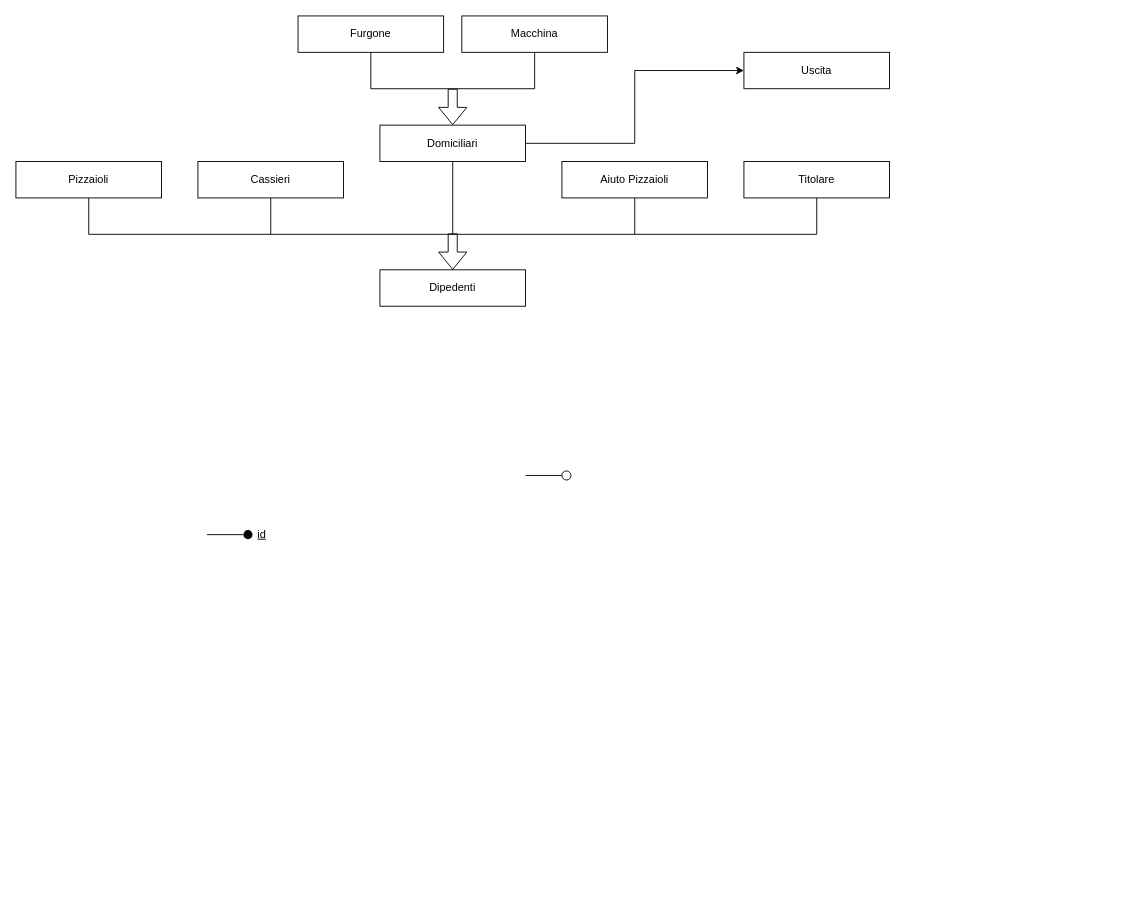
Earlier version of the draw.io diagram Draw/PaduPizzaER.drawio (NicholasPilotto/PaduPizza). Source tidied: cells renumbered, new cells numbered last; positions are measured from the earlier drawing's top-left corner, leaving out a move shared by most shapes. Both pictures are drawn from the tidied source at 91%, with x=0, y=0 at pixel (15, 15).
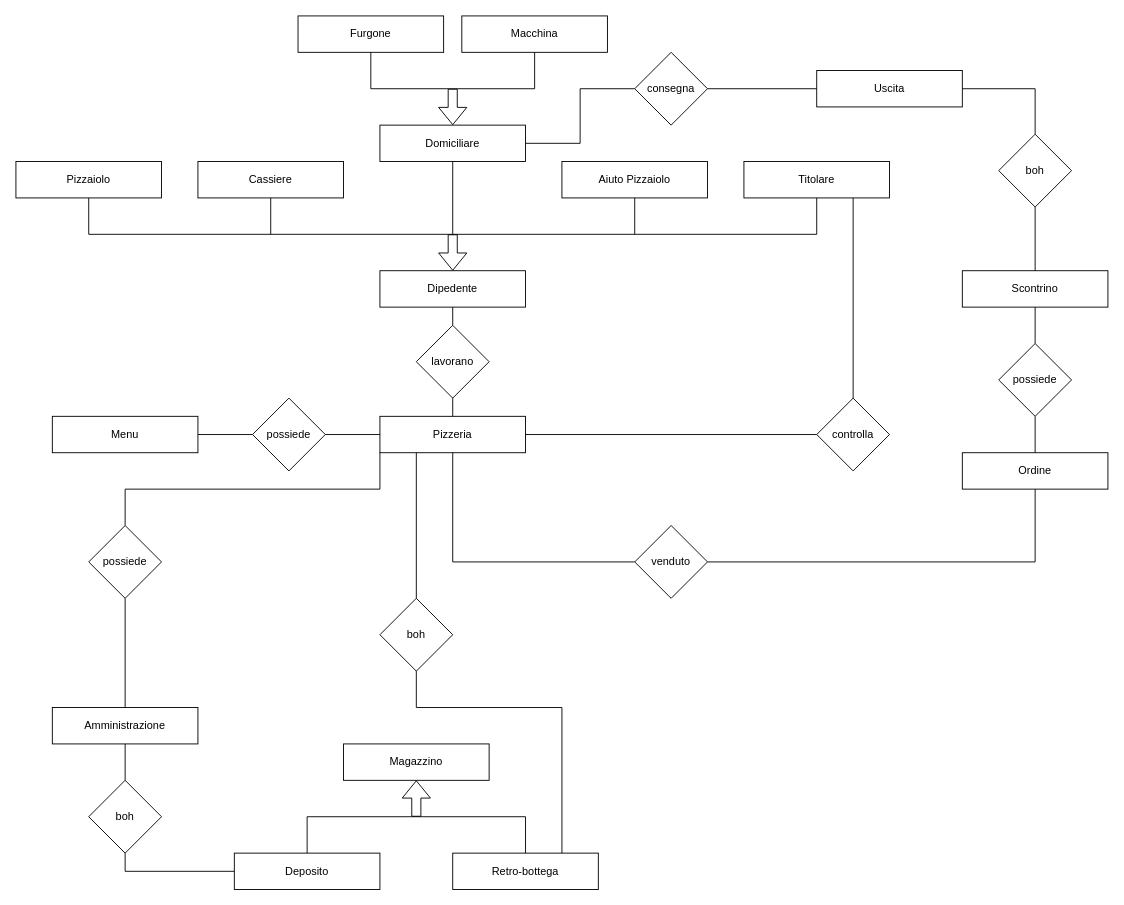
The same diagram, later.

Commit message:
Prima bozza schema ER

Unchanged cells that the change refers to:
```xml
<mxCell id="21" value="Titolare" style="whiteSpace=wrap;html=1;align=center;comic=0;noLabel=0;portConstraintRotation=0;rounded=0;glass=0;sketch=0;shadow=0;" parent="1" vertex="1">
  <mxGeometry x="800" y="160" width="160" height="40" as="geometry" />
</mxCell>
<mxCell id="23" value="Furgone" style="whiteSpace=wrap;html=1;align=center;comic=0;noLabel=0;portConstraintRotation=0;rounded=0;glass=0;sketch=0;shadow=0;" parent="1" vertex="1">
  <mxGeometry x="310" width="160" height="40" as="geometry" />
</mxCell>
<mxCell id="24" value="Macchina" style="whiteSpace=wrap;html=1;align=center;comic=0;noLabel=0;portConstraintRotation=0;rounded=0;glass=0;sketch=0;shadow=0;" parent="1" vertex="1">
  <mxGeometry x="490" width="160" height="40" as="geometry" />
</mxCell>
```

Diff of the diagram source:
```diff
@@
-    <mxCell id="2" style="group;" parent="1" vertex="1">
-      <mxGeometry x="210" y="565" width="50" height="10" as="geometry" />
-    </mxCell>
-    <mxCell id="3" style="ellipse;fillColor=#000000;strokeColor=none;rounded=0;shadow=0;glass=0;comic=0;sketch=0;" parent="2" vertex="1">
-      <mxGeometry x="40" width="10" height="10" as="geometry" />
-    </mxCell>
-    <mxCell id="4" style="line;strokeWidth=1;fillColor=none;align=left;verticalAlign=middle;spacingTop=-1;spacingLeft=3;spacingRight=3;labelPosition=right;rounded=0;shadow=0;glass=0;comic=0;sketch=0;" parent="2" vertex="1">
-      <mxGeometry y="1" width="40" height="8" as="geometry" />
-    </mxCell>
-    <mxCell id="5" style="group;" parent="1" vertex="1">
-      <mxGeometry x="560" y="500" width="50" height="10" as="geometry" />
-    </mxCell>
-    <mxCell id="6" style="ellipse;rounded=0;shadow=0;glass=0;comic=0;sketch=0;" parent="5" vertex="1">
-      <mxGeometry x="40" width="10" height="10" as="geometry" />
-    </mxCell>
-    <mxCell id="7" style="line;strokeWidth=1;fillColor=none;align=left;verticalAlign=middle;spacingTop=-1;spacingLeft=3;spacingRight=3;labelPosition=right;rounded=0;shadow=0;glass=0;comic=0;sketch=0;" parent="5" vertex="1">
-      <mxGeometry y="1" width="40" height="8" as="geometry" />
-    </mxCell>
-    <mxCell id="8" value="&lt;u&gt;id&lt;/u&gt;" style="text;html=1;align=center;verticalAlign=middle;" parent="1" vertex="1">
-      <mxGeometry x="260" y="560" width="20" height="20" as="geometry" />
-    </mxCell>
-    <mxCell id="9" value="Dipedenti" style="whiteSpace=wrap;html=1;align=center;comic=0;noLabel=0;portConstraintRotation=0;rounded=0;glass=0;sketch=0;shadow=0;" parent="1" vertex="1">
-      <mxGeometry x="400" y="279" width="160" height="40" as="geometry" />
+    <mxCell id="9" value="Dipedente" style="whiteSpace=wrap;html=1;align=center;comic=0;noLabel=0;portConstraintRotation=0;rounded=0;glass=0;sketch=0;shadow=0;" parent="1" vertex="1">
+      <mxGeometry x="400" y="280" width="160" height="40" as="geometry" />
     </mxCell>
-    <mxCell id="10" value="Pizzaioli" style="whiteSpace=wrap;html=1;align=center;comic=0;noLabel=0;portConstraintRotation=0;rounded=0;glass=0;sketch=0;shadow=0;" parent="1" vertex="1">
+    <mxCell id="10" value="Pizzaiolo" style="whiteSpace=wrap;html=1;align=center;comic=0;noLabel=0;portConstraintRotation=0;rounded=0;glass=0;sketch=0;shadow=0;" parent="1" vertex="1">
       <mxGeometry y="160" width="160" height="40" as="geometry" />
     </mxCell>
-    <mxCell id="11" value="Cassieri" style="whiteSpace=wrap;html=1;align=center;comic=0;noLabel=0;portConstraintRotation=0;rounded=0;glass=0;sketch=0;shadow=0;" parent="1" vertex="1">
+    <mxCell id="11" value="Cassiere" style="whiteSpace=wrap;html=1;align=center;comic=0;noLabel=0;portConstraintRotation=0;rounded=0;glass=0;sketch=0;shadow=0;" parent="1" vertex="1">
       <mxGeometry x="200" y="160" width="160" height="40" as="geometry" />
     </mxCell>
-    <mxCell id="12" style="edgeStyle=orthogonalEdgeStyle;rounded=0;jettySize=auto;html=1;exitX=1;exitY=0.5;exitDx=0;exitDy=0;entryX=0;entryY=0.5;entryDx=0;entryDy=0;" parent="1" edge="1" source="13" target="29">
-      <mxGeometry relative="1" as="geometry" />
-    </mxCell>
-    <mxCell id="13" value="Domiciliari" style="whiteSpace=wrap;html=1;align=center;comic=0;noLabel=0;portConstraintRotation=0;rounded=0;glass=0;sketch=0;shadow=0;" parent="1" vertex="1">
+    <mxCell id="13" value="Domiciliare" style="whiteSpace=wrap;html=1;align=center;comic=0;noLabel=0;portConstraintRotation=0;rounded=0;glass=0;sketch=0;shadow=0;" parent="1" vertex="1">
       <mxGeometry x="400" y="120" width="160" height="40" as="geometry" />
     </mxCell>
-    <mxCell id="14" style="endArrow=none;html=1;entryX=0.5;entryY=1;entryDx=0;entryDy=0;" parent="1" edge="1" target="10">
-      <mxGeometry relative="1" as="geometry">
-        <mxPoint x="80" y="240" as="sourcePoint" />
-      </mxGeometry>
-    </mxCell>
@@
-    <mxCell id="17" style="endArrow=none;html=1;" parent="1" edge="1">
-      <mxGeometry relative="1" as="geometry">
-        <mxPoint x="80" y="240" as="sourcePoint" />
-        <mxPoint x="880" y="240" as="targetPoint" />
-      </mxGeometry>
-    </mxCell>
-    <mxCell id="18" style="shape=flexArrow;endArrow=classic;html=1;" parent="1" edge="1">
+    <mxCell id="18" style="shape=flexArrow;endArrow=classic;html=1;entryX=0.5;entryY=0;entryDx=0;entryDy=0;" parent="1" edge="1" target="9">
       <mxGeometry relative="1" as="geometry">
-        <mxPoint x="480" y="239" as="sourcePoint" />
-        <mxPoint x="480" y="279" as="targetPoint" />
+        <mxPoint x="480" y="240" as="sourcePoint" />
       </mxGeometry>
     </mxCell>
-    <mxCell id="19" value="Aiuto Pizzaioli" style="whiteSpace=wrap;html=1;align=center;comic=0;noLabel=0;rounded=0;glass=0;sketch=0;shadow=0;" parent="1" vertex="1">
+    <mxCell id="19" value="Aiuto Pizzaiolo" style="whiteSpace=wrap;html=1;align=center;comic=0;noLabel=0;rounded=0;glass=0;sketch=0;shadow=0;" parent="1" vertex="1">
       <mxGeometry x="600" y="160" width="160" height="40" as="geometry" />
     </mxCell>
@@
-    <mxCell id="22" style="endArrow=none;html=1;entryX=0.5;entryY=1;entryDx=0;entryDy=0;" parent="1" edge="1">
-      <mxGeometry relative="1" as="geometry">
-        <mxPoint x="880" y="240" as="sourcePoint" />
-        <mxPoint x="880" y="200" as="targetPoint" />
-      </mxGeometry>
-    </mxCell>
@@
-    <mxCell id="25" style="endArrow=none;html=1;entryX=0.5;entryY=1;entryDx=0;entryDy=0;" parent="1" edge="1">
-      <mxGeometry relative="1" as="geometry">
-        <mxPoint x="390" y="80" as="sourcePoint" />
-        <mxPoint x="390" y="40" as="targetPoint" />
-      </mxGeometry>
-    </mxCell>
-    <mxCell id="26" style="endArrow=none;html=1;entryX=0.5;entryY=1;entryDx=0;entryDy=0;" parent="1" edge="1">
-      <mxGeometry relative="1" as="geometry">
-        <mxPoint x="570" y="80" as="sourcePoint" />
-        <mxPoint x="570" y="40" as="targetPoint" />
-      </mxGeometry>
-    </mxCell>
-    <mxCell id="27" style="endArrow=none;html=1;" parent="1" edge="1">
-      <mxGeometry relative="1" as="geometry">
-        <mxPoint x="390" y="80" as="sourcePoint" />
-        <mxPoint x="570" y="80" as="targetPoint" />
-      </mxGeometry>
-    </mxCell>
-    <mxCell id="28" style="shape=flexArrow;endArrow=classic;html=1;" parent="1" edge="1">
+    <mxCell id="28" style="shape=flexArrow;endArrow=classic;html=1;entryX=0.5;entryY=0;entryDx=0;entryDy=0;" parent="1" edge="1">
       <mxGeometry relative="1" as="geometry">
         <mxPoint x="480" y="80" as="sourcePoint" />
         <mxPoint x="480" y="120" as="targetPoint" />
       </mxGeometry>
     </mxCell>
     <mxCell id="29" value="Uscita" style="whiteSpace=wrap;html=1;align=center;comic=0;noLabel=0;portConstraintRotation=0;rounded=0;glass=0;sketch=0;shadow=0;" parent="1" vertex="1">
-      <mxGeometry x="800" y="40" width="160" height="40" as="geometry" />
+      <mxGeometry x="880" y="60" width="160" height="40" as="geometry" />
     </mxCell>
+    <mxCell id="30" style="endArrow=none;html=1;exitX=0.5;exitY=1;exitDx=0;exitDy=0;edgeStyle=elbowEdgeStyle;entryX=0.5;entryY=1;entryDx=0;entryDy=0;rounded=0;" parent="1" edge="1" source="10" target="21">
+      <mxGeometry relative="1" as="geometry">
+        <Array as="points">
+          <mxPoint x="470" y="240" />
+        </Array>
+      </mxGeometry>
+    </mxCell>
+    <mxCell id="31" style="endArrow=none;html=1;entryX=0.5;entryY=1;entryDx=0;entryDy=0;exitX=0.5;exitY=1;exitDx=0;exitDy=0;edgeStyle=elbowEdgeStyle;elbow=vertical;rounded=0;" parent="1" edge="1" source="23" target="24">
+      <mxGeometry relative="1" as="geometry">
+        <Array as="points">
+          <mxPoint x="480" y="80" />
+        </Array>
+      </mxGeometry>
+    </mxCell>
+    <mxCell id="32" value="Pizzeria" style="whiteSpace=wrap;html=1;align=center;comic=0;noLabel=0;portConstraintRotation=0;rounded=0;glass=0;sketch=0;shadow=0;" parent="1" vertex="1">
+      <mxGeometry x="400" y="440" width="160" height="40" as="geometry" />
+    </mxCell>
+    <mxCell id="33" value="lavorano" style="rhombus;whiteSpace=wrap;html=1;" parent="1" vertex="1">
+      <mxGeometry x="440" y="340" width="80" height="80" as="geometry" />
+    </mxCell>
+    <mxCell id="34" style="endArrow=none;html=1;entryX=0.5;entryY=1;entryDx=0;entryDy=0;exitX=0.5;exitY=0;exitDx=0;exitDy=0;" parent="1" edge="1" source="33" target="9">
+      <mxGeometry relative="1" as="geometry" />
+    </mxCell>
+    <mxCell id="35" style="endArrow=none;html=1;entryX=0.5;entryY=1;entryDx=0;entryDy=0;exitX=0.5;exitY=0;exitDx=0;exitDy=0;" parent="1" edge="1" source="32" target="33">
+      <mxGeometry relative="1" as="geometry" />
+    </mxCell>
+    <mxCell id="36" value="consegna" style="rhombus;whiteSpace=wrap;html=1;" parent="1" vertex="1">
+      <mxGeometry x="680" y="40" width="80" height="80" as="geometry" />
+    </mxCell>
+    <mxCell id="37" style="endArrow=none;html=1;exitX=1;exitY=0.5;exitDx=0;exitDy=0;entryX=0;entryY=0.5;entryDx=0;entryDy=0;edgeStyle=elbowEdgeStyle;rounded=0;" parent="1" edge="1" source="13" target="36">
+      <mxGeometry relative="1" as="geometry" />
+    </mxCell>
+    <mxCell id="38" style="endArrow=none;html=1;exitX=0;exitY=0.5;exitDx=0;exitDy=0;entryX=1;entryY=0.5;entryDx=0;entryDy=0;" parent="1" edge="1" source="29" target="36">
+      <mxGeometry relative="1" as="geometry" />
+    </mxCell>
+    <mxCell id="39" value="controlla" style="rhombus;whiteSpace=wrap;html=1;" parent="1" vertex="1">
+      <mxGeometry x="880" y="420" width="80" height="80" as="geometry" />
+    </mxCell>
+    <mxCell id="40" style="endArrow=none;html=1;exitX=1;exitY=0.5;exitDx=0;exitDy=0;entryX=0;entryY=0.5;entryDx=0;entryDy=0;" parent="1" edge="1" source="32" target="39">
+      <mxGeometry relative="1" as="geometry" />
+    </mxCell>
+    <mxCell id="41" style="endArrow=none;html=1;exitX=0.5;exitY=0;exitDx=0;exitDy=0;entryX=0.75;entryY=1;entryDx=0;entryDy=0;edgeStyle=orthogonalEdgeStyle;rounded=0;" parent="1" edge="1" source="39" target="21">
+      <mxGeometry relative="1" as="geometry" />
+    </mxCell>
+    <mxCell id="42" value="Scontrino" style="whiteSpace=wrap;html=1;align=center;comic=0;noLabel=0;portConstraintRotation=0;rounded=0;glass=0;sketch=0;shadow=0;" parent="1" vertex="1">
+      <mxGeometry x="1040" y="280" width="160" height="40" as="geometry" />
+    </mxCell>
+    <mxCell id="43" value="Ordine" style="whiteSpace=wrap;html=1;align=center;comic=0;noLabel=0;portConstraintRotation=0;rounded=0;glass=0;sketch=0;shadow=0;" parent="1" vertex="1">
+      <mxGeometry x="1040" y="480" width="160" height="40" as="geometry" />
+    </mxCell>
+    <mxCell id="44" value="boh" style="rhombus;whiteSpace=wrap;html=1;" parent="1" vertex="1">
+      <mxGeometry x="1080" y="130" width="80" height="80" as="geometry" />
+    </mxCell>
+    <mxCell id="45" style="endArrow=none;html=1;entryX=1;entryY=0.5;entryDx=0;entryDy=0;exitX=0.5;exitY=0;exitDx=0;exitDy=0;edgeStyle=orthogonalEdgeStyle;rounded=0;" parent="1" edge="1" source="44" target="29">
+      <mxGeometry relative="1" as="geometry" />
+    </mxCell>
+    <mxCell id="46" style="endArrow=none;html=1;entryX=0.5;entryY=1;entryDx=0;entryDy=0;exitX=0.5;exitY=0;exitDx=0;exitDy=0;" parent="1" edge="1" source="42" target="44">
+      <mxGeometry relative="1" as="geometry" />
+    </mxCell>
+    <mxCell id="47" value="possiede" style="rhombus;whiteSpace=wrap;html=1;" parent="1" vertex="1">
+      <mxGeometry x="1080" y="360" width="80" height="80" as="geometry" />
+    </mxCell>
+    <mxCell id="48" style="endArrow=none;html=1;entryX=0.5;entryY=1;entryDx=0;entryDy=0;exitX=0.5;exitY=0;exitDx=0;exitDy=0;" parent="1" edge="1" source="47" target="42">
+      <mxGeometry relative="1" as="geometry" />
+    </mxCell>
+    <mxCell id="49" style="endArrow=none;html=1;entryX=0.5;entryY=1;entryDx=0;entryDy=0;exitX=0.5;exitY=0;exitDx=0;exitDy=0;" parent="1" edge="1" source="43" target="47">
+      <mxGeometry relative="1" as="geometry" />
+    </mxCell>
+    <mxCell id="50" value="venduto" style="rhombus;whiteSpace=wrap;html=1;" parent="1" vertex="1">
+      <mxGeometry x="680" y="560" width="80" height="80" as="geometry" />
+    </mxCell>
+    <mxCell id="51" style="endArrow=none;html=1;entryX=0.5;entryY=1;entryDx=0;entryDy=0;exitX=1;exitY=0.5;exitDx=0;exitDy=0;edgeStyle=elbowEdgeStyle;rounded=0;elbow=vertical;" parent="1" edge="1" source="50" target="43">
+      <mxGeometry relative="1" as="geometry">
+        <Array as="points">
+          <mxPoint x="940" y="600" />
+        </Array>
+      </mxGeometry>
+    </mxCell>
+    <mxCell id="52" style="endArrow=none;html=1;exitX=0;exitY=0.5;exitDx=0;exitDy=0;entryX=0.5;entryY=1;entryDx=0;entryDy=0;edgeStyle=elbowEdgeStyle;elbow=vertical;rounded=0;" parent="1" edge="1" source="50" target="32">
+      <mxGeometry relative="1" as="geometry">
+        <Array as="points">
+          <mxPoint x="580" y="600" />
+        </Array>
+      </mxGeometry>
+    </mxCell>
+    <mxCell id="53" value="Menu" style="whiteSpace=wrap;html=1;align=center;comic=0;noLabel=0;portConstraintRotation=0;rounded=0;glass=0;sketch=0;shadow=0;" parent="1" vertex="1">
+      <mxGeometry x="40" y="440" width="160" height="40" as="geometry" />
+    </mxCell>
+    <mxCell id="54" value="possiede" style="rhombus;whiteSpace=wrap;html=1;" parent="1" vertex="1">
+      <mxGeometry x="260" y="420" width="80" height="80" as="geometry" />
+    </mxCell>
+    <mxCell id="55" style="endArrow=none;html=1;exitX=1;exitY=0.5;exitDx=0;exitDy=0;entryX=0;entryY=0.5;entryDx=0;entryDy=0;" parent="1" edge="1" source="53" target="54">
+      <mxGeometry relative="1" as="geometry" />
+    </mxCell>
+    <mxCell id="56" style="endArrow=none;html=1;exitX=1;exitY=0.5;exitDx=0;exitDy=0;entryX=0;entryY=0.5;entryDx=0;entryDy=0;" parent="1" edge="1" source="54" target="32">
+      <mxGeometry relative="1" as="geometry" />
+    </mxCell>
+    <mxCell id="57" value="Amministrazione" style="whiteSpace=wrap;html=1;align=center;comic=0;noLabel=0;portConstraintRotation=0;rounded=0;glass=0;sketch=0;shadow=0;" parent="1" vertex="1">
+      <mxGeometry x="40" y="760" width="160" height="40" as="geometry" />
+    </mxCell>
+    <mxCell id="58" value="possiede" style="rhombus;whiteSpace=wrap;html=1;" parent="1" vertex="1">
+      <mxGeometry x="80" y="560" width="80" height="80" as="geometry" />
+    </mxCell>
+    <mxCell id="59" style="endArrow=none;html=1;exitX=0.5;exitY=0;exitDx=0;exitDy=0;entryX=0.5;entryY=1;entryDx=0;entryDy=0;" parent="1" edge="1" source="57" target="58">
+      <mxGeometry relative="1" as="geometry" />
+    </mxCell>
+    <mxCell id="60" style="endArrow=none;html=1;exitX=0.5;exitY=0;exitDx=0;exitDy=0;entryX=0;entryY=1;entryDx=0;entryDy=0;edgeStyle=elbowEdgeStyle;elbow=vertical;rounded=0;" parent="1" edge="1" source="58" target="32">
+      <mxGeometry relative="1" as="geometry" />
+    </mxCell>
+    <mxCell id="61" value="Magazzino" style="whiteSpace=wrap;html=1;align=center;comic=0;noLabel=0;portConstraintRotation=0;rounded=0;glass=0;sketch=0;shadow=0;" parent="1" vertex="1">
+      <mxGeometry x="360" y="800" width="160" height="40" as="geometry" />
+    </mxCell>
+    <mxCell id="62" value="Deposito" style="whiteSpace=wrap;html=1;align=center;comic=0;noLabel=0;portConstraintRotation=0;rounded=0;glass=0;sketch=0;shadow=0;" parent="1" vertex="1">
+      <mxGeometry x="240" y="920" width="160" height="40" as="geometry" />
+    </mxCell>
+    <mxCell id="63" value="Retro-bottega" style="whiteSpace=wrap;html=1;align=center;comic=0;noLabel=0;portConstraintRotation=0;rounded=0;glass=0;sketch=0;shadow=0;" parent="1" vertex="1">
+      <mxGeometry x="480" y="920" width="160" height="40" as="geometry" />
+    </mxCell>
+    <mxCell id="64" style="endArrow=none;html=1;entryX=0.5;entryY=0;entryDx=0;entryDy=0;exitX=0.5;exitY=0;exitDx=0;exitDy=0;edgeStyle=elbowEdgeStyle;elbow=vertical;rounded=0;" parent="1" edge="1" source="62" target="63">
+      <mxGeometry relative="1" as="geometry">
+        <Array as="points">
+          <mxPoint x="440" y="880" />
+        </Array>
+      </mxGeometry>
+    </mxCell>
+    <mxCell id="65" style="shape=flexArrow;endArrow=classic;html=1;entryX=0.5;entryY=1;entryDx=0;entryDy=0;" parent="1" edge="1" target="61">
+      <mxGeometry relative="1" as="geometry">
+        <mxPoint x="440" y="880" as="sourcePoint" />
+      </mxGeometry>
+    </mxCell>
+    <mxCell id="66" value="boh" style="rhombus;whiteSpace=wrap;html=1;" parent="1" vertex="1">
+      <mxGeometry x="80" y="840" width="80" height="80" as="geometry" />
+    </mxCell>
+    <mxCell id="67" style="endArrow=none;html=1;exitX=0.5;exitY=0;exitDx=0;exitDy=0;entryX=0.5;entryY=1;entryDx=0;entryDy=0;" parent="1" edge="1" source="66" target="57">
+      <mxGeometry relative="1" as="geometry" />
+    </mxCell>
+    <mxCell id="68" style="endArrow=none;html=1;exitX=0.5;exitY=1;exitDx=0;exitDy=0;entryX=0;entryY=0.5;entryDx=0;entryDy=0;edgeStyle=orthogonalEdgeStyle;rounded=0;" parent="1" edge="1" source="66" target="62">
+      <mxGeometry relative="1" as="geometry" />
+    </mxCell>
+    <mxCell id="69" value="boh" style="rhombus;whiteSpace=wrap;html=1;" parent="1" vertex="1">
+      <mxGeometry x="400" y="640" width="80" height="80" as="geometry" />
+    </mxCell>
+    <mxCell id="70" style="endArrow=none;html=1;exitX=0.75;exitY=0;exitDx=0;exitDy=0;entryX=0.5;entryY=1;entryDx=0;entryDy=0;edgeStyle=elbowEdgeStyle;rounded=0;elbow=vertical;" parent="1" edge="1" source="63" target="69">
+      <mxGeometry relative="1" as="geometry">
+        <Array as="points">
+          <mxPoint x="540" y="760" />
+        </Array>
+      </mxGeometry>
+    </mxCell>
+    <mxCell id="71" style="endArrow=none;html=1;exitX=0.5;exitY=0;exitDx=0;exitDy=0;entryX=0.25;entryY=1;entryDx=0;entryDy=0;" parent="1" edge="1" source="69" target="32">
+      <mxGeometry relative="1" as="geometry" />
+    </mxCell>
```
